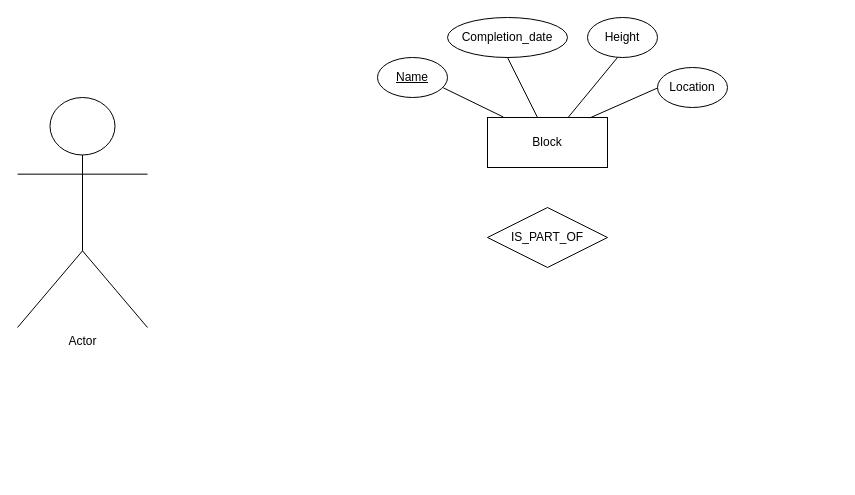
Above: Untitled Diagram.drawio in kaixuankhoo98/kaixuankhoo98 (draw.io), before the change. Source tidied: cells renumbered, new cells numbered last; positions are measured from the earlier drawing's top-left corner, leaving out a move shared by most shapes. Both pictures are drawn from the tidied source at 100%, with x=0, y=0 at pixel (17, 17).
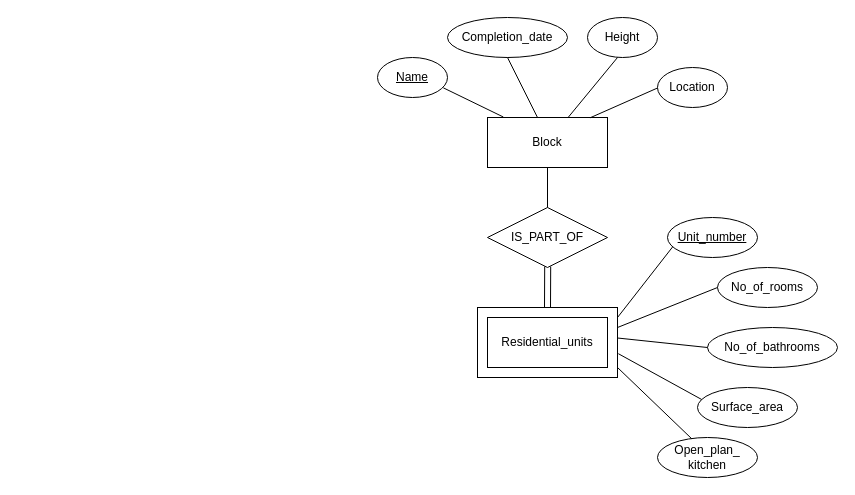
Above is the later version.

The change refers to these unchanged cells:
```xml
<mxCell id="2" value="Block" style="rounded=0;whiteSpace=wrap;html=1;" parent="1" vertex="1">
  <mxGeometry x="470" y="100" width="120" height="50" as="geometry" />
</mxCell>
<mxCell id="12" value="IS_PART_OF" style="rhombus;whiteSpace=wrap;html=1;" parent="1" vertex="1">
  <mxGeometry x="470" y="190" width="120" height="60" as="geometry" />
</mxCell>
```

The edit, as a diff of the source:
```diff
@@
-    <mxCell id="11" value="Actor" style="shape=umlActor;verticalLabelPosition=bottom;verticalAlign=top;html=1;" parent="1" vertex="1">
-      <mxGeometry y="80" width="130" height="230" as="geometry" />
-    </mxCell>
@@
+    <mxCell id="14" style="endArrow=none;html=1;rounded=0;entryX=0.5;entryY=1;entryDx=0;entryDy=0;exitX=0.5;exitY=0;exitDx=0;exitDy=0;" parent="1" edge="1" source="12" target="2">
+      <mxGeometry relative="1" as="geometry" />
+    </mxCell>
+    <mxCell id="15" style="rounded=0;whiteSpace=wrap;html=1;" parent="1" vertex="1">
+      <mxGeometry x="460" y="290" width="140" height="70" as="geometry" />
+    </mxCell>
+    <mxCell id="16" value="Residential_units" style="rounded=0;whiteSpace=wrap;html=1;" parent="1" vertex="1">
+      <mxGeometry x="470" y="300" width="120" height="50" as="geometry" />
+    </mxCell>
+    <mxCell id="17" style="endArrow=none;html=1;rounded=0;entryX=0.468;entryY=0.983;entryDx=0;entryDy=0;entryPerimeter=0;" parent="1" edge="1">
+      <mxGeometry relative="1" as="geometry">
+        <mxPoint x="527" y="290" as="sourcePoint" />
+        <mxPoint x="527.2" y="249" as="targetPoint" />
+      </mxGeometry>
+    </mxCell>
+    <mxCell id="18" style="endArrow=none;html=1;rounded=0;entryX=0.468;entryY=0.983;entryDx=0;entryDy=0;entryPerimeter=0;" parent="1" edge="1">
+      <mxGeometry relative="1" as="geometry">
+        <mxPoint x="533" y="290" as="sourcePoint" />
+        <mxPoint x="533.2" y="249" as="targetPoint" />
+      </mxGeometry>
+    </mxCell>
+    <mxCell id="19" value="Unit_number " style="ellipse;whiteSpace=wrap;html=1;fontStyle=4;" parent="1" vertex="1">
+      <mxGeometry x="650" y="200" width="90" height="40" as="geometry" />
+    </mxCell>
+    <mxCell id="20" value="No_of_rooms" style="ellipse;whiteSpace=wrap;html=1;" parent="1" vertex="1">
+      <mxGeometry x="700" y="250" width="100" height="40" as="geometry" />
+    </mxCell>
+    <mxCell id="21" value="No_of_bathrooms" style="ellipse;whiteSpace=wrap;html=1;" parent="1" vertex="1">
+      <mxGeometry x="690" y="310" width="130" height="40" as="geometry" />
+    </mxCell>
+    <mxCell id="22" value="Surface_area" style="ellipse;whiteSpace=wrap;html=1;" parent="1" vertex="1">
+      <mxGeometry x="680" y="370" width="100" height="40" as="geometry" />
+    </mxCell>
+    <mxCell id="23" value="Open_plan_&lt;br&gt;kitchen" style="ellipse;whiteSpace=wrap;html=1;" parent="1" vertex="1">
+      <mxGeometry x="640" y="420" width="100" height="40" as="geometry" />
+    </mxCell>
+    <mxCell id="24" style="endArrow=none;html=1;rounded=0;exitX=0.056;exitY=0.738;exitDx=0;exitDy=0;exitPerimeter=0;" parent="1" edge="1" source="19">
+      <mxGeometry relative="1" as="geometry">
+        <mxPoint x="600" y="300" as="targetPoint" />
+      </mxGeometry>
+    </mxCell>
+    <mxCell id="25" style="endArrow=none;html=1;rounded=0;exitX=0;exitY=0.5;exitDx=0;exitDy=0;" parent="1" edge="1" source="20">
+      <mxGeometry relative="1" as="geometry">
+        <mxPoint x="600" y="310" as="targetPoint" />
+      </mxGeometry>
+    </mxCell>
+    <mxCell id="26" style="endArrow=none;html=1;rounded=0;exitX=0;exitY=0.5;exitDx=0;exitDy=0;" parent="1" edge="1" source="21">
+      <mxGeometry relative="1" as="geometry">
+        <mxPoint x="600" y="320.5" as="targetPoint" />
+      </mxGeometry>
+    </mxCell>
+    <mxCell id="27" style="endArrow=none;html=1;rounded=0;exitX=0.042;exitY=0.3;exitDx=0;exitDy=0;exitPerimeter=0;entryX=1.006;entryY=0.66;entryDx=0;entryDy=0;entryPerimeter=0;" parent="1" edge="1" source="22" target="15">
+      <mxGeometry relative="1" as="geometry" />
+    </mxCell>
+    <mxCell id="28" style="endArrow=none;html=1;rounded=0;exitX=0.343;exitY=0.033;exitDx=0;exitDy=0;exitPerimeter=0;" parent="1" edge="1" source="23">
+      <mxGeometry relative="1" as="geometry">
+        <mxPoint x="600" y="350" as="targetPoint" />
+      </mxGeometry>
+    </mxCell>
```
